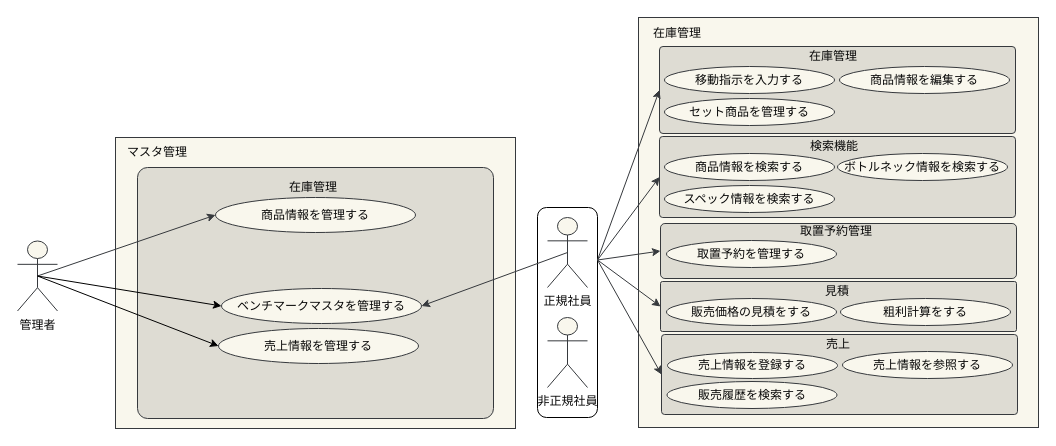
HaruShim/Sotuken keeps this draw.io diagram as page "商品情報管理" (2 of 3) of 各種設計書/2ユースケース図_済/ユースケース図.drawio. Above is the earlier version. Source tidied: cells renumbered, new cells numbered last; positions are measured from the earlier drawing's top-left corner, leaving out a move shared by most shapes. Both pictures are drawn from the tidied source at 100%, with x=0, y=0 at pixel (17, 17).
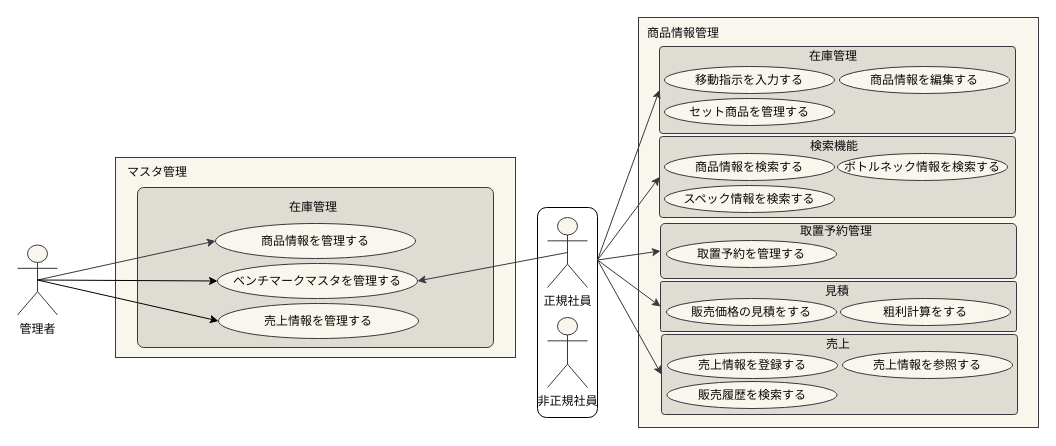
The same diagram, later.

Diff of the diagram source:
```diff
@@
     <mxCell id="11" style="rounded=0;whiteSpace=wrap;html=1;strokeColor=#36393d;fillColor=#f9f7ed;fontColor=#080808;" parent="9" vertex="1">
-      <mxGeometry x="98" y="120" width="400" height="291" as="geometry" />
+      <mxGeometry x="98" y="140" width="400" height="200" as="geometry" />
     </mxCell>
     <mxCell id="12" value="管理者" style="shape=umlActor;verticalLabelPosition=bottom;verticalAlign=top;html=1;outlineConnect=0;strokeColor=#36393d;fillColor=#f9f7ed;fontColor=#080808;" parent="9" vertex="1">
-      <mxGeometry y="223.5" width="40" height="70" as="geometry" />
+      <mxGeometry y="227.5" width="40" height="70" as="geometry" />
     </mxCell>
@@
     <mxCell id="14" style="rounded=1;whiteSpace=wrap;html=1;arcSize=4;strokeColor=#36393d;fillColor=#DEDCD3;fontColor=#080808;" parent="9" vertex="1">
-      <mxGeometry x="120" y="150" width="356" height="251" as="geometry" />
+      <mxGeometry x="120" y="170" width="356" height="160" as="geometry" />
     </mxCell>
-    <mxCell id="15" value="在庫管理" style="text;html=1;strokeColor=none;fillColor=none;align=center;verticalAlign=middle;whiteSpace=wrap;rounded=0;fontColor=#080808;" parent="9" vertex="1">
-      <mxGeometry x="620" y="6" width="80" height="20" as="geometry" />
+    <mxCell id="15" value="商品情報管理" style="text;html=1;strokeColor=none;fillColor=none;align=center;verticalAlign=middle;whiteSpace=wrap;rounded=0;fontColor=#080808;" parent="9" vertex="1">
+      <mxGeometry x="626" y="6" width="80" height="20" as="geometry" />
     </mxCell>
     <mxCell id="16" value="マスタ管理" style="text;html=1;strokeColor=none;fillColor=none;align=center;verticalAlign=middle;whiteSpace=wrap;rounded=0;fontColor=#080808;" parent="9" vertex="1">
-      <mxGeometry x="100" y="120" width="80" height="30" as="geometry" />
+      <mxGeometry x="100" y="140" width="80" height="30" as="geometry" />
     </mxCell>
@@
     <mxCell id="18" value="商品情報を管理する" style="ellipse;whiteSpace=wrap;html=1;strokeColor=#36393d;fillColor=#f9f7ed;fontColor=#080808;" parent="9" vertex="1">
-      <mxGeometry x="198" y="180" width="200" height="35" as="geometry" />
+      <mxGeometry x="198" y="206" width="200" height="35" as="geometry" />
     </mxCell>
@@
     <mxCell id="21" value="在庫管理" style="text;html=1;strokeColor=none;fillColor=none;align=center;verticalAlign=middle;whiteSpace=wrap;rounded=0;fontColor=#080808;" parent="9" vertex="1">
-      <mxGeometry x="122" y="160" width="348" height="20" as="geometry" />
+      <mxGeometry x="122" y="180" width="348" height="20" as="geometry" />
     </mxCell>
     <mxCell id="22" value="ベンチマークマスタを管理する" style="ellipse;whiteSpace=wrap;html=1;strokeColor=#36393d;fillColor=#f9f7ed;fontColor=#080808;" parent="9" vertex="1">
-      <mxGeometry x="204" y="271" width="200" height="35" as="geometry" />
+      <mxGeometry x="200" y="246" width="200" height="35" as="geometry" />
     </mxCell>
     <mxCell id="23" value="売上情報を管理する" style="ellipse;whiteSpace=wrap;html=1;strokeColor=#36393d;fillColor=#f9f7ed;fontColor=#080808;" parent="9" vertex="1">
-      <mxGeometry x="201" y="311" width="200" height="35" as="geometry" />
+      <mxGeometry x="201" y="286" width="200" height="35" as="geometry" />
     </mxCell>
```
